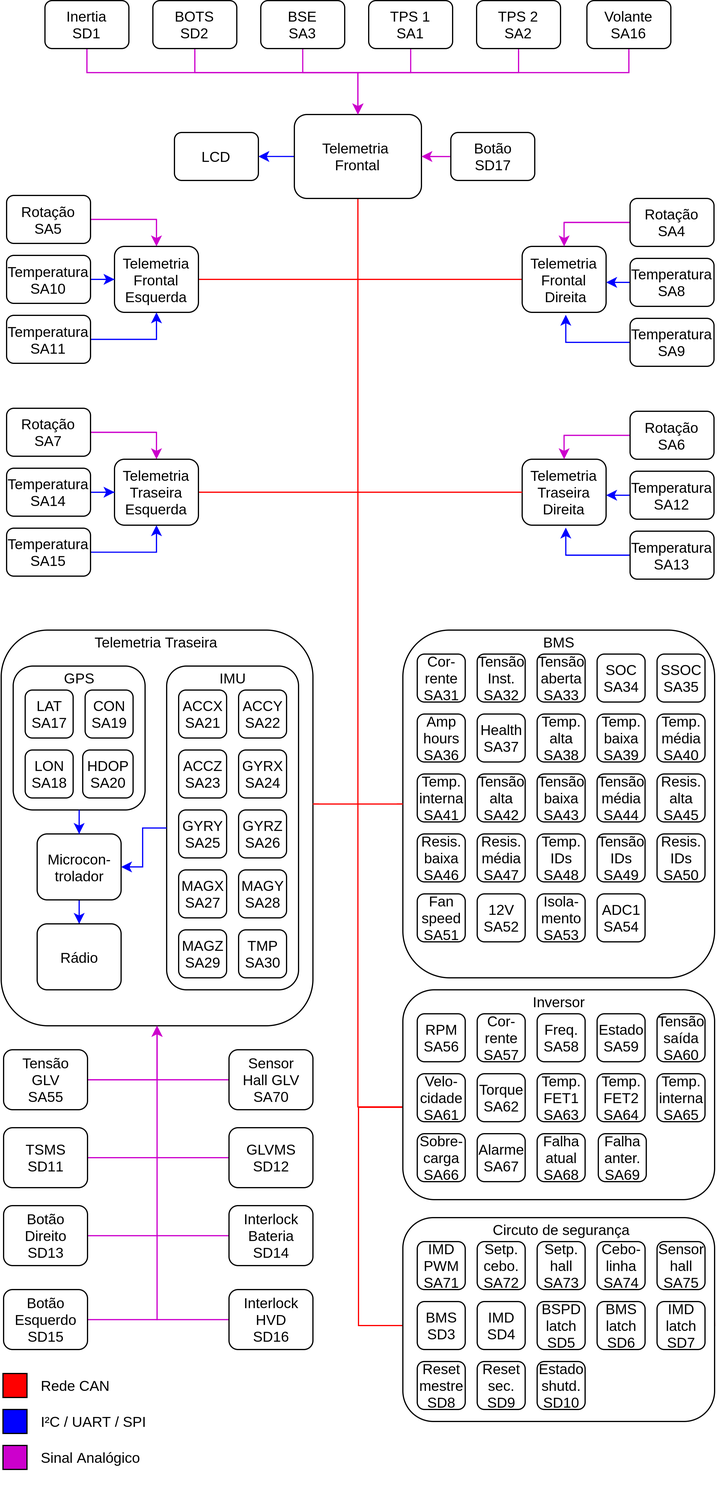
This is source/images/sensors.png from TelemetriaCheetah/TelemetriaCheetah.github.io, a draw.io export, as it was before one commit. Source tidied: cells renumbered, new cells last; positions are measured from the earlier drawing's top-left corner, leaving out a move shared by most shapes.
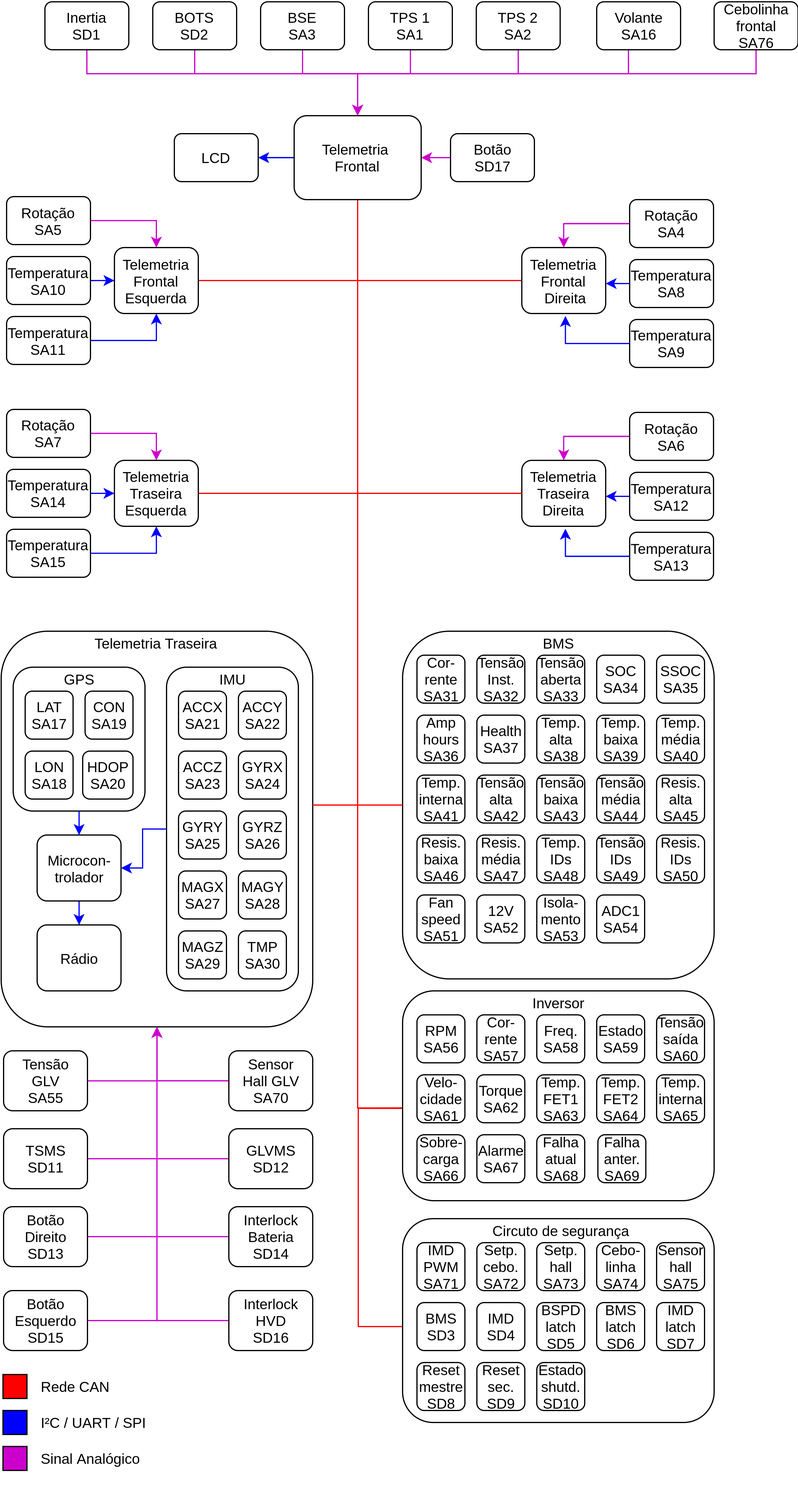
The same diagram one commit later.

What changed in the source:
```diff
@@ -182,7 +182,7 @@
       </mxGeometry>
     </mxCell>
     <mxCell id="49" value="Volante&lt;br&gt;SA16" style="rounded=1;whiteSpace=wrap;html=1;fillColor=#FFFFFF;" parent="1" vertex="1">
-      <mxGeometry x="489" width="70" height="40" as="geometry" />
+      <mxGeometry x="497.5" width="70" height="40" as="geometry" />
     </mxCell>
     <mxCell id="50" style="group;rounded=0;fontColor=#333333;" parent="1" vertex="1">
       <mxGeometry x="335.5" y="525" width="260" height="290" as="geometry" />
@@ -560,5 +560,16 @@
     <mxCell id="160" value="Botão&lt;br&gt;SD17" style="rounded=1;whiteSpace=wrap;html=1;fillColor=#FFFFFF;" parent="1" vertex="1">
       <mxGeometry x="375.5" y="110" width="70" height="40" as="geometry" />
     </mxCell>
+    <mxCell id="161" style="edgeStyle=orthogonalEdgeStyle;rounded=0;jettySize=auto;html=1;strokeColor=#CC00CC;" parent="1" edge="1" source="162" target="6">
+      <mxGeometry relative="1" as="geometry">
+        <Array as="points">
+          <mxPoint x="631" y="60" />
+          <mxPoint x="298" y="60" />
+        </Array>
+      </mxGeometry>
+    </mxCell>
+    <mxCell id="162" value="Cebolinha&lt;br&gt;frontal&lt;br&gt;SA76" style="rounded=1;whiteSpace=wrap;html=1;fillColor=#FFFFFF;" parent="1" vertex="1">
+      <mxGeometry x="595.5" width="70" height="40" as="geometry" />
+    </mxCell>
   </root>
 </mxGraphModel>
```
